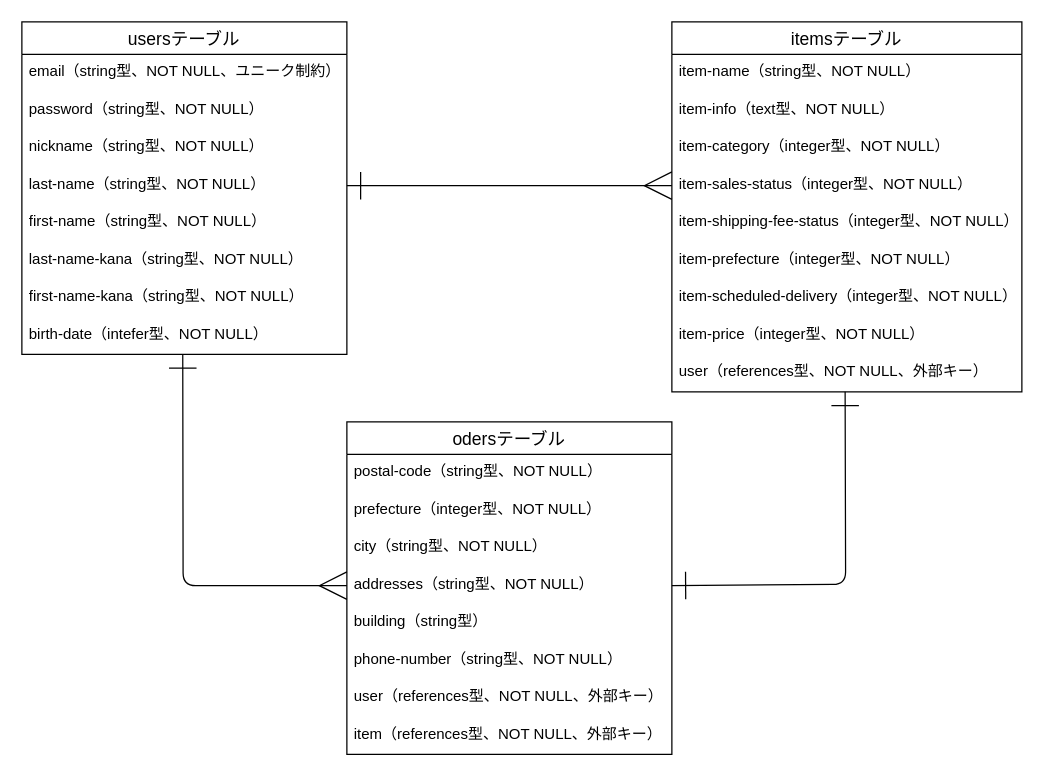
The draw.io diagram ER図.dio in r070624tue/furima-45689, before the edit. Source tidied: cells renumbered, new cells numbered last; positions are measured from the earlier drawing's top-left corner, leaving out a move shared by most shapes. Both pictures are drawn from the tidied source at 125%, with x=0, y=0 at pixel (21, 21).
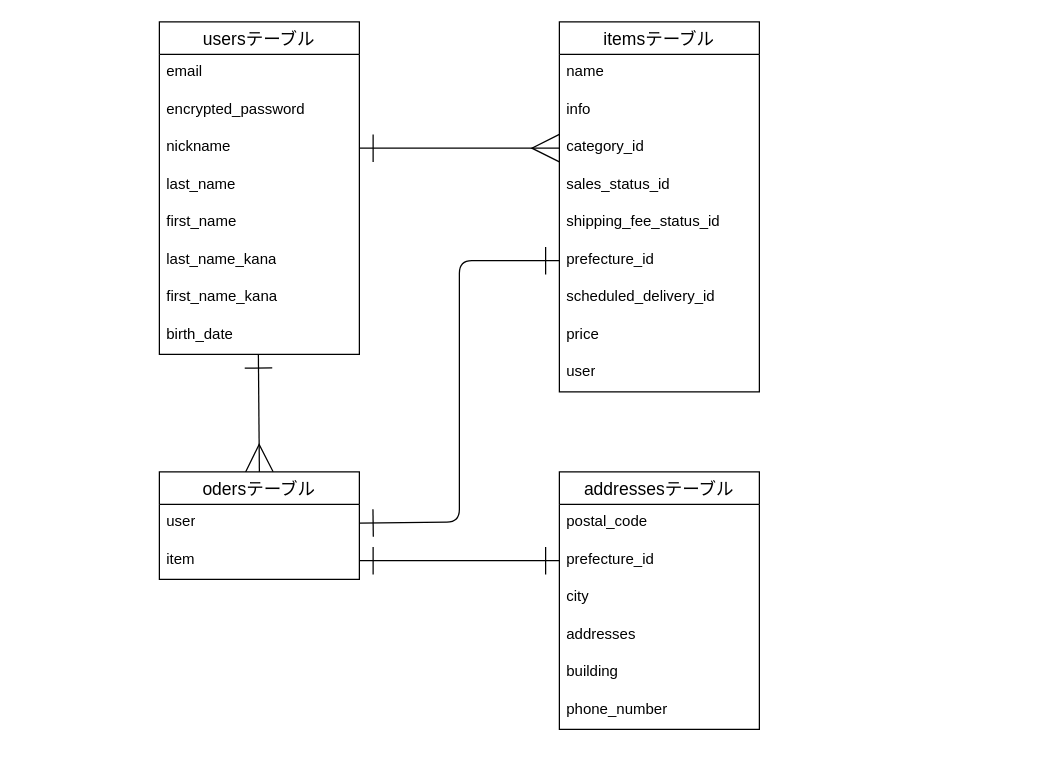
Above is the later version.

Commit message (it also covers changes not shown here):
データベース設計修正

What changed in the source:
```diff
@@
     <mxCell id="2" value="usersテーブル" style="swimlane;fontStyle=0;horizontal=1;startSize=26;align=center;fontSize=14;verticalAlign=middle;" parent="1" vertex="1">
-      <mxGeometry width="260" height="266" as="geometry" />
+      <mxGeometry x="110" width="160" height="266" as="geometry" />
     </mxCell>
-    <mxCell id="3" value="email（string型、NOT NULL、ユニーク制約）" style="text;strokeColor=none;fillColor=none;spacingLeft=4;spacingRight=4;overflow=hidden;fontSize=12;whiteSpace=wrap;html=1;verticalAlign=top;" parent="2" vertex="1">
-      <mxGeometry y="26" width="260" height="30" as="geometry" />
+    <mxCell id="3" value="email" style="text;strokeColor=none;fillColor=none;spacingLeft=4;spacingRight=4;overflow=hidden;fontSize=12;whiteSpace=wrap;html=1;verticalAlign=top;" parent="2" vertex="1">
+      <mxGeometry y="26" width="160" height="30" as="geometry" />
     </mxCell>
-    <mxCell id="4" value="password（string型、NOT NULL）" style="text;strokeColor=none;fillColor=none;spacingLeft=4;spacingRight=4;overflow=hidden;fontSize=12;whiteSpace=wrap;html=1;verticalAlign=top;" parent="2" vertex="1">
-      <mxGeometry y="56" width="260" height="30" as="geometry" />
+    <mxCell id="4" value="encrypted_password" style="text;strokeColor=none;fillColor=none;spacingLeft=4;spacingRight=4;overflow=hidden;fontSize=12;whiteSpace=wrap;html=1;verticalAlign=top;" parent="2" vertex="1">
+      <mxGeometry y="56" width="160" height="30" as="geometry" />
     </mxCell>
-    <mxCell id="5" value="nickname（string型、NOT NULL）" style="text;strokeColor=none;fillColor=none;spacingLeft=4;spacingRight=4;overflow=hidden;points=[[0,0.5],[1,0.5]];portConstraint=eastwest;fontSize=12;whiteSpace=wrap;html=1;verticalAlign=top;" parent="2" vertex="1">
-      <mxGeometry y="86" width="260" height="30" as="geometry" />
+    <mxCell id="5" value="nickname" style="text;strokeColor=none;fillColor=none;spacingLeft=4;spacingRight=4;overflow=hidden;points=[[0,0.5],[1,0.5]];portConstraint=eastwest;fontSize=12;whiteSpace=wrap;html=1;verticalAlign=top;" parent="2" vertex="1">
+      <mxGeometry y="86" width="160" height="30" as="geometry" />
     </mxCell>
-    <mxCell id="6" value="last-name（string型、NOT NULL）" style="text;strokeColor=none;fillColor=none;spacingLeft=4;spacingRight=4;overflow=hidden;points=[[0,0.5],[1,0.5]];portConstraint=eastwest;fontSize=12;whiteSpace=wrap;html=1;" parent="2" vertex="1">
-      <mxGeometry y="116" width="260" height="30" as="geometry" />
+    <mxCell id="6" value="last_name" style="text;strokeColor=none;fillColor=none;spacingLeft=4;spacingRight=4;overflow=hidden;points=[[0,0.5],[1,0.5]];portConstraint=eastwest;fontSize=12;whiteSpace=wrap;html=1;" parent="2" vertex="1">
+      <mxGeometry y="116" width="160" height="30" as="geometry" />
     </mxCell>
-    <mxCell id="7" value="first-name（string型、NOT NULL）" style="text;strokeColor=none;fillColor=none;spacingLeft=4;spacingRight=4;overflow=hidden;fontSize=12;whiteSpace=wrap;html=1;" parent="2" vertex="1">
-      <mxGeometry y="146" width="260" height="30" as="geometry" />
+    <mxCell id="7" value="first_name" style="text;strokeColor=none;fillColor=none;spacingLeft=4;spacingRight=4;overflow=hidden;fontSize=12;whiteSpace=wrap;html=1;" parent="2" vertex="1">
+      <mxGeometry y="146" width="160" height="30" as="geometry" />
     </mxCell>
-    <mxCell id="8" value="last-name-kana（string型、NOT NULL）" style="text;strokeColor=none;fillColor=none;spacingLeft=4;spacingRight=4;overflow=hidden;fontSize=12;whiteSpace=wrap;html=1;" parent="2" vertex="1">
-      <mxGeometry y="176" width="260" height="30" as="geometry" />
+    <mxCell id="8" value="last_name_kana" style="text;strokeColor=none;fillColor=none;spacingLeft=4;spacingRight=4;overflow=hidden;fontSize=12;whiteSpace=wrap;html=1;" parent="2" vertex="1">
+      <mxGeometry y="176" width="160" height="30" as="geometry" />
     </mxCell>
-    <mxCell id="9" value="first-name-kana（string型、NOT NULL）" style="text;strokeColor=none;fillColor=none;spacingLeft=4;spacingRight=4;overflow=hidden;fontSize=12;whiteSpace=wrap;html=1;" parent="2" vertex="1">
-      <mxGeometry y="206" width="260" height="30" as="geometry" />
+    <mxCell id="9" value="first_name_kana" style="text;strokeColor=none;fillColor=none;spacingLeft=4;spacingRight=4;overflow=hidden;fontSize=12;whiteSpace=wrap;html=1;" parent="2" vertex="1">
+      <mxGeometry y="206" width="160" height="30" as="geometry" />
     </mxCell>
-    <mxCell id="10" value="birth-date（intefer型、NOT NULL）" style="text;strokeColor=none;fillColor=none;spacingLeft=4;spacingRight=4;overflow=hidden;points=[[0,0.5],[1,0.5]];portConstraint=eastwest;fontSize=12;whiteSpace=wrap;html=1;" parent="2" vertex="1">
-      <mxGeometry y="236" width="260" height="30" as="geometry" />
+    <mxCell id="10" value="birth_date" style="text;strokeColor=none;fillColor=none;spacingLeft=4;spacingRight=4;overflow=hidden;points=[[0,0.5],[1,0.5]];portConstraint=eastwest;fontSize=12;whiteSpace=wrap;html=1;" parent="2" vertex="1">
+      <mxGeometry y="236" width="160" height="30" as="geometry" />
     </mxCell>
     <mxCell id="11" value="itemsテーブル" style="swimlane;fontStyle=0;horizontal=1;startSize=26;align=center;fontSize=14;" parent="1" vertex="1">
-      <mxGeometry x="520" width="280" height="296" as="geometry" />
+      <mxGeometry x="430" width="160" height="296" as="geometry" />
     </mxCell>
-    <mxCell id="12" value="item-name（string型、NOT NULL）" style="text;strokeColor=none;fillColor=none;spacingLeft=4;spacingRight=4;overflow=hidden;fontSize=12;whiteSpace=wrap;html=1;" parent="11" vertex="1">
-      <mxGeometry y="26" width="280" height="30" as="geometry" />
+    <mxCell id="12" value="name" style="text;strokeColor=none;fillColor=none;spacingLeft=4;spacingRight=4;overflow=hidden;fontSize=12;whiteSpace=wrap;html=1;" parent="11" vertex="1">
+      <mxGeometry y="26" width="160" height="30" as="geometry" />
     </mxCell>
-    <mxCell id="13" value="item-info（text型、NOT NULL）" style="text;strokeColor=none;fillColor=none;spacingLeft=4;spacingRight=4;overflow=hidden;fontSize=12;whiteSpace=wrap;html=1;" parent="11" vertex="1">
-      <mxGeometry y="56" width="280" height="30" as="geometry" />
+    <mxCell id="13" value="info" style="text;strokeColor=none;fillColor=none;spacingLeft=4;spacingRight=4;overflow=hidden;fontSize=12;whiteSpace=wrap;html=1;" parent="11" vertex="1">
+      <mxGeometry y="56" width="160" height="30" as="geometry" />
     </mxCell>
-    <mxCell id="14" value="item-category（integer型、NOT NULL）" style="text;strokeColor=none;fillColor=none;spacingLeft=4;spacingRight=4;overflow=hidden;points=[[0,0.5],[1,0.5]];portConstraint=eastwest;fontSize=12;whiteSpace=wrap;html=1;" parent="11" vertex="1">
-      <mxGeometry y="86" width="280" height="30" as="geometry" />
+    <mxCell id="14" value="category_id" style="text;strokeColor=none;fillColor=none;spacingLeft=4;spacingRight=4;overflow=hidden;points=[[0,0.5],[1,0.5]];portConstraint=eastwest;fontSize=12;whiteSpace=wrap;html=1;" parent="11" vertex="1">
+      <mxGeometry y="86" width="160" height="30" as="geometry" />
     </mxCell>
-    <mxCell id="15" value="item-sales-status（integer型、NOT NULL）" style="text;strokeColor=none;fillColor=none;spacingLeft=4;spacingRight=4;overflow=hidden;points=[[0,0.5],[1,0.5]];portConstraint=eastwest;fontSize=12;whiteSpace=wrap;html=1;" parent="11" vertex="1">
-      <mxGeometry y="116" width="280" height="30" as="geometry" />
+    <mxCell id="15" value="sales_status_id" style="text;strokeColor=none;fillColor=none;spacingLeft=4;spacingRight=4;overflow=hidden;points=[[0,0.5],[1,0.5]];portConstraint=eastwest;fontSize=12;whiteSpace=wrap;html=1;" parent="11" vertex="1">
+      <mxGeometry y="116" width="160" height="30" as="geometry" />
     </mxCell>
-    <mxCell id="16" value="item-shipping-fee-status（integer型、NOT NULL）" style="text;strokeColor=none;fillColor=none;spacingLeft=4;spacingRight=4;overflow=hidden;fontSize=12;whiteSpace=wrap;html=1;" parent="11" vertex="1">
-      <mxGeometry y="146" width="280" height="30" as="geometry" />
+    <mxCell id="16" value="shipping_fee_status_id" style="text;strokeColor=none;fillColor=none;spacingLeft=4;spacingRight=4;overflow=hidden;fontSize=12;whiteSpace=wrap;html=1;" parent="11" vertex="1">
+      <mxGeometry y="146" width="160" height="30" as="geometry" />
     </mxCell>
-    <mxCell id="17" value="item-prefecture（integer型、NOT NULL）" style="text;strokeColor=none;fillColor=none;spacingLeft=4;spacingRight=4;overflow=hidden;points=[[0,0.5],[1,0.5]];portConstraint=eastwest;fontSize=12;whiteSpace=wrap;html=1;" parent="11" vertex="1">
-      <mxGeometry y="176" width="280" height="30" as="geometry" />
+    <mxCell id="17" value="prefecture_id" style="text;strokeColor=none;fillColor=none;spacingLeft=4;spacingRight=4;overflow=hidden;points=[[0,0.5],[1,0.5]];portConstraint=eastwest;fontSize=12;whiteSpace=wrap;html=1;" parent="11" vertex="1">
+      <mxGeometry y="176" width="160" height="30" as="geometry" />
     </mxCell>
-    <mxCell id="18" value="item-scheduled-delivery（integer型、NOT NULL）" style="text;strokeColor=none;fillColor=none;spacingLeft=4;spacingRight=4;overflow=hidden;fontSize=12;whiteSpace=wrap;html=1;" parent="11" vertex="1">
-      <mxGeometry y="206" width="280" height="30" as="geometry" />
+    <mxCell id="18" value="scheduled_delivery_id" style="text;strokeColor=none;fillColor=none;spacingLeft=4;spacingRight=4;overflow=hidden;fontSize=12;whiteSpace=wrap;html=1;" parent="11" vertex="1">
+      <mxGeometry y="206" width="160" height="30" as="geometry" />
     </mxCell>
-    <mxCell id="19" value="item-price（integer型、NOT NULL）" style="text;strokeColor=none;fillColor=none;spacingLeft=4;spacingRight=4;overflow=hidden;fontSize=12;whiteSpace=wrap;html=1;" parent="11" vertex="1">
-      <mxGeometry y="236" width="280" height="30" as="geometry" />
+    <mxCell id="19" value="price" style="text;strokeColor=none;fillColor=none;spacingLeft=4;spacingRight=4;overflow=hidden;fontSize=12;whiteSpace=wrap;html=1;" parent="11" vertex="1">
+      <mxGeometry y="236" width="160" height="30" as="geometry" />
     </mxCell>
-    <mxCell id="20" value="user（references型、NOT NULL、外部キー）" style="text;strokeColor=none;fillColor=none;spacingLeft=4;spacingRight=4;overflow=hidden;points=[[0,0.5],[1,0.5]];portConstraint=eastwest;fontSize=12;whiteSpace=wrap;html=1;" parent="11" vertex="1">
-      <mxGeometry y="266" width="280" height="30" as="geometry" />
+    <mxCell id="20" value="user" style="text;strokeColor=none;fillColor=none;spacingLeft=4;spacingRight=4;overflow=hidden;points=[[0,0.5],[1,0.5]];portConstraint=eastwest;fontSize=12;whiteSpace=wrap;html=1;" parent="11" vertex="1">
+      <mxGeometry y="266" width="160" height="30" as="geometry" />
     </mxCell>
-    <mxCell id="21" value="odersテーブル" style="swimlane;fontStyle=0;horizontal=1;startSize=26;align=center;fontSize=14;" parent="1" vertex="1">
-      <mxGeometry x="260" y="320" width="260" height="266" as="geometry" />
+    <mxCell id="21" value="addressesテーブル" style="swimlane;fontStyle=0;horizontal=1;startSize=26;align=center;fontSize=14;" parent="1" vertex="1">
+      <mxGeometry x="430" y="360" width="160" height="206" as="geometry" />
     </mxCell>
-    <mxCell id="22" value="postal-code（string型、NOT NULL）" style="text;strokeColor=none;fillColor=none;spacingLeft=4;spacingRight=4;overflow=hidden;fontSize=12;whiteSpace=wrap;html=1;" parent="21" vertex="1">
-      <mxGeometry y="26" width="260" height="30" as="geometry" />
+    <mxCell id="22" value="postal_code" style="text;strokeColor=none;fillColor=none;spacingLeft=4;spacingRight=4;overflow=hidden;fontSize=12;whiteSpace=wrap;html=1;" parent="21" vertex="1">
+      <mxGeometry y="26" width="160" height="30" as="geometry" />
     </mxCell>
-    <mxCell id="23" value="prefecture（integer型、NOT NULL）" style="text;strokeColor=none;fillColor=none;spacingLeft=4;spacingRight=4;overflow=hidden;points=[[0,0.5],[1,0.5]];portConstraint=eastwest;fontSize=12;whiteSpace=wrap;html=1;" parent="21" vertex="1">
-      <mxGeometry y="56" width="260" height="30" as="geometry" />
+    <mxCell id="23" value="prefecture_id" style="text;strokeColor=none;fillColor=none;spacingLeft=4;spacingRight=4;overflow=hidden;points=[[0,0.5],[1,0.5]];portConstraint=eastwest;fontSize=12;whiteSpace=wrap;html=1;" parent="21" vertex="1">
+      <mxGeometry y="56" width="160" height="30" as="geometry" />
     </mxCell>
-    <mxCell id="24" value="city（string型、NOT NULL）" style="text;strokeColor=none;fillColor=none;spacingLeft=4;spacingRight=4;overflow=hidden;fontSize=12;whiteSpace=wrap;html=1;" parent="21" vertex="1">
-      <mxGeometry y="86" width="260" height="30" as="geometry" />
+    <mxCell id="24" value="city" style="text;strokeColor=none;fillColor=none;spacingLeft=4;spacingRight=4;overflow=hidden;fontSize=12;whiteSpace=wrap;html=1;" parent="21" vertex="1">
+      <mxGeometry y="86" width="160" height="30" as="geometry" />
     </mxCell>
-    <mxCell id="25" value="addresses（string型、NOT NULL）" style="text;strokeColor=none;fillColor=none;spacingLeft=4;spacingRight=4;overflow=hidden;points=[[0,0.5],[1,0.5]];portConstraint=eastwest;fontSize=12;whiteSpace=wrap;html=1;" parent="21" vertex="1">
-      <mxGeometry y="116" width="260" height="30" as="geometry" />
+    <mxCell id="25" value="addresses" style="text;strokeColor=none;fillColor=none;spacingLeft=4;spacingRight=4;overflow=hidden;points=[[0,0.5],[1,0.5]];portConstraint=eastwest;fontSize=12;whiteSpace=wrap;html=1;" parent="21" vertex="1">
+      <mxGeometry y="116" width="160" height="30" as="geometry" />
     </mxCell>
-    <mxCell id="26" value="building（string型）" style="text;strokeColor=none;fillColor=none;spacingLeft=4;spacingRight=4;overflow=hidden;fontSize=12;whiteSpace=wrap;html=1;" parent="21" vertex="1">
-      <mxGeometry y="146" width="260" height="30" as="geometry" />
+    <mxCell id="26" value="building" style="text;strokeColor=none;fillColor=none;spacingLeft=4;spacingRight=4;overflow=hidden;fontSize=12;whiteSpace=wrap;html=1;" parent="21" vertex="1">
+      <mxGeometry y="146" width="160" height="30" as="geometry" />
     </mxCell>
-    <mxCell id="27" value="phone-number（string型、NOT NULL）" style="text;strokeColor=none;fillColor=none;spacingLeft=4;spacingRight=4;overflow=hidden;fontSize=12;whiteSpace=wrap;html=1;" parent="21" vertex="1">
-      <mxGeometry y="176" width="260" height="30" as="geometry" />
+    <mxCell id="27" value="phone_number" style="text;strokeColor=none;fillColor=none;spacingLeft=4;spacingRight=4;overflow=hidden;fontSize=12;whiteSpace=wrap;html=1;" parent="21" vertex="1">
+      <mxGeometry y="176" width="160" height="30" as="geometry" />
     </mxCell>
-    <mxCell id="28" value="user（references型、NOT NULL、外部キー）" style="text;strokeColor=none;fillColor=none;spacingLeft=4;spacingRight=4;overflow=hidden;fontSize=12;whiteSpace=wrap;html=1;" parent="21" vertex="1">
-      <mxGeometry y="206" width="260" height="30" as="geometry" />
-    </mxCell>
-    <mxCell id="29" value="item（references型、NOT NULL、外部キー）" style="text;strokeColor=none;fillColor=none;spacingLeft=4;spacingRight=4;overflow=hidden;fontSize=12;whiteSpace=wrap;html=1;" parent="21" vertex="1">
-      <mxGeometry y="236" width="260" height="30" as="geometry" />
-    </mxCell>
-    <mxCell id="30" style="edgeStyle=none;html=1;exitX=1;exitY=0.5;exitDx=0;exitDy=0;entryX=0;entryY=0.5;entryDx=0;entryDy=0;endArrow=ERmany;endFill=0;startArrow=ERone;startFill=0;endSize=20;startSize=20;" parent="1" edge="1" source="6" target="15">
+    <mxCell id="30" style="edgeStyle=none;html=1;exitX=1;exitY=0.5;exitDx=0;exitDy=0;entryX=0;entryY=0.5;entryDx=0;entryDy=0;endArrow=ERmany;endFill=0;startArrow=ERone;startFill=0;endSize=20;startSize=20;" parent="1" edge="1" source="5" target="14">
       <mxGeometry relative="1" as="geometry" />
     </mxCell>
-    <mxCell id="31" style="edgeStyle=none;html=1;exitX=0.495;exitY=0.998;exitDx=0;exitDy=0;entryX=0;entryY=0.5;entryDx=0;entryDy=0;endArrow=ERmany;endFill=0;startArrow=ERone;startFill=0;endSize=20;startSize=20;exitPerimeter=0;" parent="1" edge="1" source="10" target="25">
-      <mxGeometry relative="1" as="geometry">
-        <Array as="points">
-          <mxPoint x="129" y="451" />
-        </Array>
-      </mxGeometry>
+    <mxCell id="31" style="edgeStyle=none;html=1;exitX=0.495;exitY=0.998;exitDx=0;exitDy=0;entryX=0.5;entryY=0;entryDx=0;entryDy=0;endArrow=ERmany;endFill=0;startArrow=ERone;startFill=0;endSize=20;startSize=20;exitPerimeter=0;" parent="1" edge="1" source="10" target="33">
+      <mxGeometry relative="1" as="geometry" />
     </mxCell>
-    <mxCell id="32" style="edgeStyle=none;html=1;exitX=1;exitY=0.5;exitDx=0;exitDy=0;entryX=0.495;entryY=0.998;entryDx=0;entryDy=0;endArrow=ERone;endFill=0;startArrow=ERone;startFill=0;endSize=20;startSize=20;entryPerimeter=0;" parent="1" edge="1" source="25" target="20">
+    <mxCell id="32" style="edgeStyle=none;html=1;exitX=1;exitY=0.5;exitDx=0;exitDy=0;entryX=0;entryY=0.5;entryDx=0;entryDy=0;endArrow=ERone;endFill=0;startArrow=ERone;startFill=0;endSize=20;startSize=20;" parent="1" edge="1" source="34" target="17">
       <mxGeometry relative="1" as="geometry">
         <Array as="points">
-          <mxPoint x="659" y="450" />
+          <mxPoint x="350" y="400" />
+          <mxPoint x="350" y="191" />
         </Array>
       </mxGeometry>
     </mxCell>
+    <mxCell id="33" value="odersテーブル" style="swimlane;fontStyle=0;horizontal=1;startSize=26;align=center;fontSize=14;" parent="1" vertex="1">
+      <mxGeometry x="110" y="360" width="160" height="86" as="geometry" />
+    </mxCell>
+    <mxCell id="34" value="user" style="text;strokeColor=none;fillColor=none;spacingLeft=4;spacingRight=4;overflow=hidden;points=[[0,0.5],[1,0.5]];portConstraint=eastwest;fontSize=12;whiteSpace=wrap;html=1;" parent="33" vertex="1">
+      <mxGeometry y="26" width="160" height="30" as="geometry" />
+    </mxCell>
+    <mxCell id="35" value="item" style="text;strokeColor=none;fillColor=none;spacingLeft=4;spacingRight=4;overflow=hidden;points=[[0,0.5],[1,0.5]];portConstraint=eastwest;fontSize=12;whiteSpace=wrap;html=1;" parent="33" vertex="1">
+      <mxGeometry y="56" width="160" height="30" as="geometry" />
+    </mxCell>
+    <mxCell id="36" style="edgeStyle=none;html=1;exitX=1;exitY=0.5;exitDx=0;exitDy=0;entryX=0;entryY=0.5;entryDx=0;entryDy=0;endArrow=ERone;endFill=0;startArrow=ERone;startFill=0;endSize=20;startSize=20;" parent="1" edge="1" source="35" target="23">
+      <mxGeometry relative="1" as="geometry" />
+    </mxCell>
```
